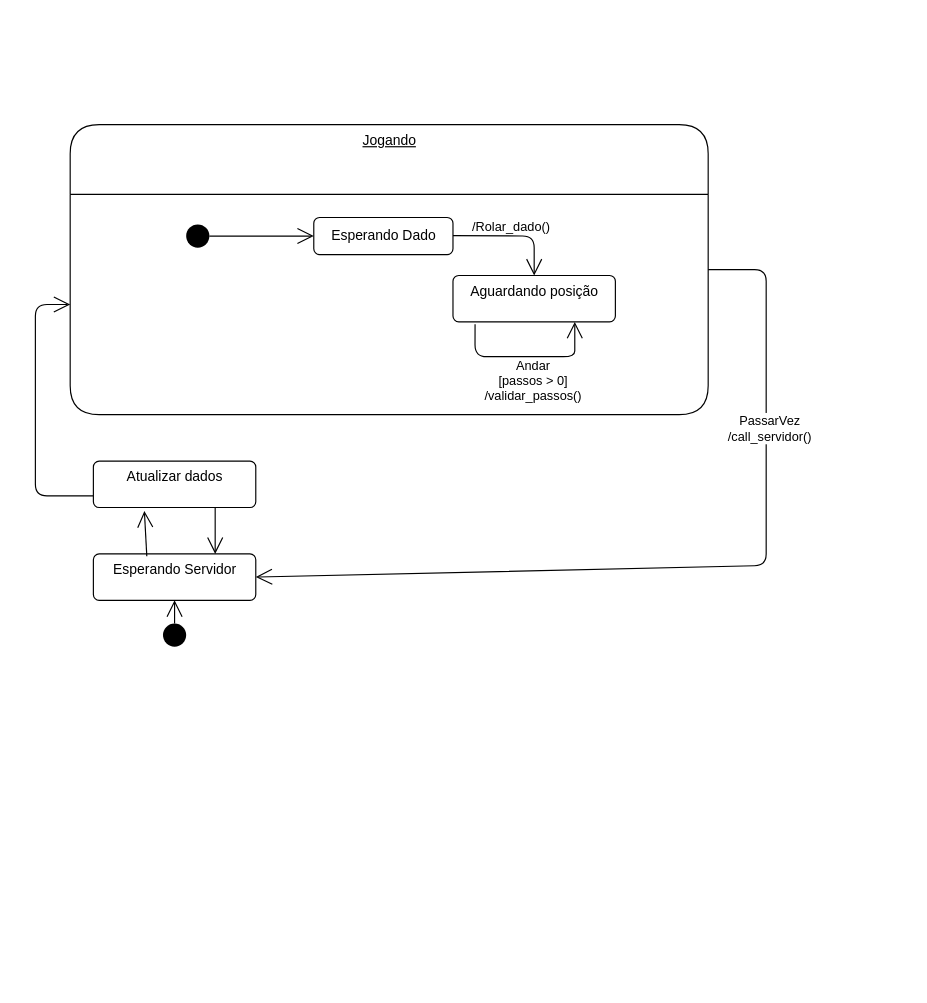
Above: page "Page-1" (1 of 2) of Untitled Diagram.drawio in vosouza/LPS_Projeto (draw.io), before the change. Source tidied: cells renumbered, new cells numbered last; positions are measured from the earlier drawing's top-left corner, leaving out a move shared by most shapes. Both pictures are drawn from the tidied source at 116%, with x=0, y=0 at pixel (35, 124).
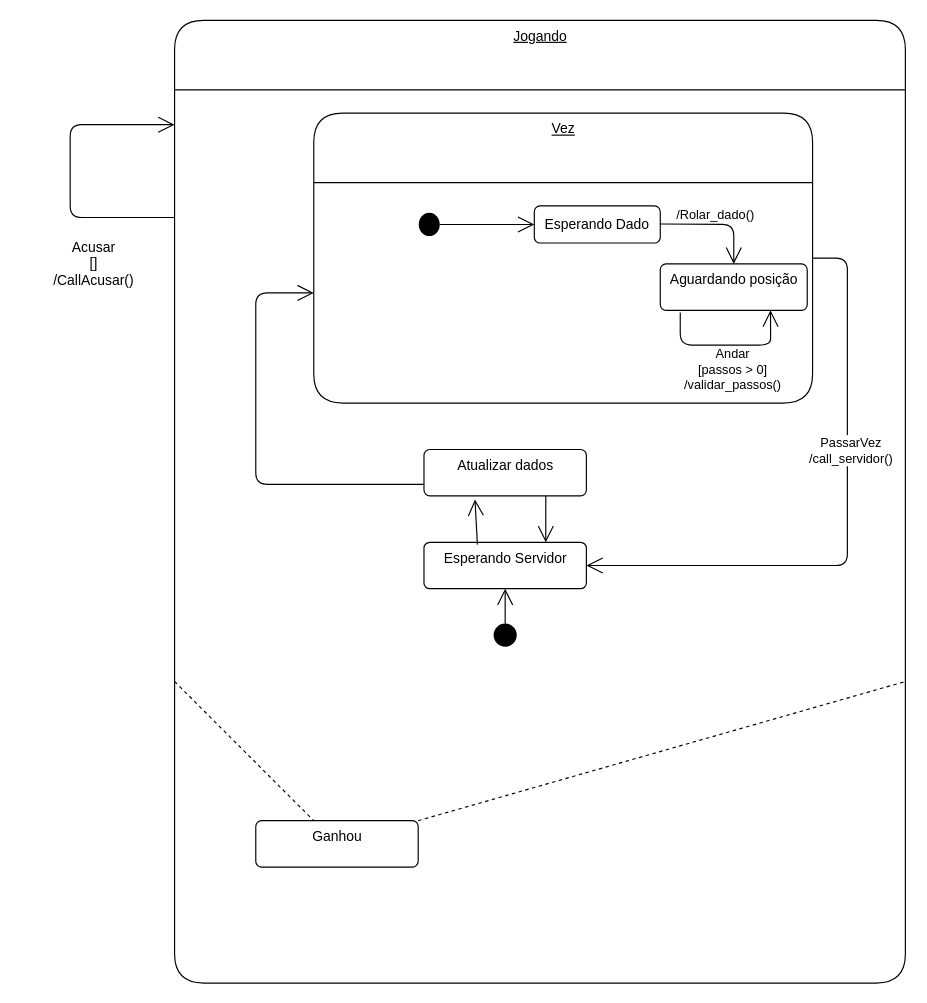
The same diagram, later.

What changed in the source:
```diff
@@
     <mxCell id="2" value="Jogando" style="swimlane;fontStyle=4;align=center;verticalAlign=top;horizontal=1;startSize=60;html=1;rounded=1;absoluteArcSize=1;arcSize=50;" parent="1" vertex="1">
-      <mxGeometry x="30" width="550" height="250" as="geometry" />
+      <mxGeometry x="120" y="-90" width="630" height="830" as="geometry" />
     </mxCell>
-    <mxCell id="3" style="fillColor=none;strokeColor=none;" parent="2" vertex="1">
-      <mxGeometry y="60" width="550" height="190" as="geometry" />
-    </mxCell>
+    <mxCell id="21" value="Vez" style="swimlane;fontStyle=4;align=center;verticalAlign=top;horizontal=1;startSize=60;html=1;rounded=1;absoluteArcSize=1;arcSize=50;" parent="1" vertex="1">
+      <mxGeometry x="240" y="-10" width="430" height="250" as="geometry" />
+    </mxCell>
+    <mxCell id="22" style="fillColor=none;strokeColor=none;" parent="21" vertex="1">
+      <mxGeometry y="60" width="430" height="190" as="geometry" />
+    </mxCell>
-    <mxCell id="4" value="Esperando Dado" style="html=1;align=center;verticalAlign=middle;rounded=1;absoluteArcSize=1;arcSize=10;" parent="3" vertex="1">
-      <mxGeometry x="210" y="20" width="120" height="32" as="geometry" />
+    <mxCell id="4" value="Esperando Dado" style="html=1;align=center;verticalAlign=middle;rounded=1;absoluteArcSize=1;arcSize=10;" parent="22" vertex="1">
+      <mxGeometry x="190.1" y="20" width="108.6" height="32" as="geometry" />
     </mxCell>
-    <mxCell id="5" value="Aguardando posição" style="html=1;align=center;verticalAlign=top;rounded=1;absoluteArcSize=1;arcSize=10;dashed=0;" parent="3" vertex="1">
-      <mxGeometry x="330" y="70" width="140" height="40" as="geometry" />
+    <mxCell id="5" value="Aguardando posição" style="html=1;align=center;verticalAlign=top;rounded=1;absoluteArcSize=1;arcSize=10;dashed=0;" parent="22" vertex="1">
+      <mxGeometry x="298.7" y="70" width="126.7" height="40" as="geometry" />
     </mxCell>
-    <mxCell id="6" style="ellipse;fillColor=#000000;strokeColor=none;" parent="3" vertex="1">
-      <mxGeometry x="100" y="26" width="20" height="20" as="geometry" />
-    </mxCell>
-    <mxCell id="7" style="endArrow=open;endFill=1;endSize=12;html=1;exitX=1;exitY=0.5;exitDx=0;exitDy=0;entryX=0;entryY=0.5;entryDx=0;entryDy=0;" parent="3" edge="1" source="6" target="4">
-      <mxGeometry relative="1" as="geometry">
-        <Array as="points">
-          <mxPoint x="130" y="36" />
-        </Array>
-      </mxGeometry>
-    </mxCell>
-    <mxCell id="8" style="endArrow=open;endFill=1;endSize=12;html=1;" parent="3" edge="1" target="5">
-      <mxGeometry relative="1" as="geometry">
-        <mxPoint x="330" y="35.6" as="sourcePoint" />
-        <Array as="points">
-          <mxPoint x="400" y="36" />
-        </Array>
-      </mxGeometry>
-    </mxCell>
+    <mxCell id="23" style="ellipse;fillColor=#000000;strokeColor=none;" parent="22" vertex="1">
+      <mxGeometry x="90.5" y="26" width="18.1" height="20" as="geometry" />
+    </mxCell>
+    <mxCell id="24" style="endArrow=open;endFill=1;endSize=12;html=1;exitX=1;exitY=0.5;exitDx=0;exitDy=0;entryX=0;entryY=0.5;entryDx=0;entryDy=0;" parent="22" edge="1" source="23" target="4">
+      <mxGeometry relative="1" as="geometry">
+        <Array as="points">
+          <mxPoint x="117.7" y="36" />
+        </Array>
+      </mxGeometry>
+    </mxCell>
+    <mxCell id="25" style="endArrow=open;endFill=1;endSize=12;html=1;" parent="22" edge="1" target="5">
+      <mxGeometry relative="1" as="geometry">
+        <mxPoint x="298.7" y="35.6" as="sourcePoint" />
+        <Array as="points">
+          <mxPoint x="362.1" y="36" />
+        </Array>
+      </mxGeometry>
+    </mxCell>
-    <mxCell id="9" value="&lt;br&gt;/Rolar_dado()" style="edgeLabel;html=1;align=center;verticalAlign=middle;" parent="8" vertex="1">
+    <mxCell id="9" value="&lt;br&gt;/Rolar_dado()" style="edgeLabel;html=1;align=center;verticalAlign=middle;" parent="25" vertex="1">
       <mxGeometry x="-0.15" y="-2" relative="1" as="geometry">
         <mxPoint x="6" y="-17.8" as="offset" />
       </mxGeometry>
     </mxCell>
-    <mxCell id="10" style="endArrow=open;endFill=1;endSize=12;html=1;exitX=0.136;exitY=1.05;exitDx=0;exitDy=0;exitPerimeter=0;entryX=0.75;entryY=1;entryDx=0;entryDy=0;" parent="3" edge="1" source="5" target="5">
+    <mxCell id="10" style="endArrow=open;endFill=1;endSize=12;html=1;exitX=0.136;exitY=1.05;exitDx=0;exitDy=0;exitPerimeter=0;entryX=0.75;entryY=1;entryDx=0;entryDy=0;" parent="22" edge="1" source="5" target="5">
       <mxGeometry relative="1" as="geometry">
         <Array as="points">
-          <mxPoint x="349" y="140" />
-          <mxPoint x="435" y="140" />
-          <mxPoint x="435" y="130" />
+          <mxPoint x="315.9" y="140" />
+          <mxPoint x="393.8" y="140" />
+          <mxPoint x="393.8" y="130" />
         </Array>
       </mxGeometry>
     </mxCell>
@@
+    <mxCell id="18" value="Atualizar dados" style="html=1;align=center;verticalAlign=top;rounded=1;absoluteArcSize=1;arcSize=10;dashed=0;" parent="1" vertex="1">
+      <mxGeometry x="335" y="280" width="140" height="40" as="geometry" />
+    </mxCell>
+    <mxCell id="17" value="Esperando Servidor" style="html=1;align=center;verticalAlign=top;rounded=1;absoluteArcSize=1;arcSize=10;dashed=0;" parent="1" vertex="1">
+      <mxGeometry x="335" y="360" width="140" height="40" as="geometry" />
+    </mxCell>
+    <mxCell id="14" style="endArrow=open;endFill=1;endSize=12;html=1;exitX=0;exitY=0.75;exitDx=0;exitDy=0;entryX=0;entryY=0.5;entryDx=0;entryDy=0;" parent="1" edge="1" source="18" target="22">
+      <mxGeometry relative="1" as="geometry">
+        <Array as="points">
+          <mxPoint x="190" y="310" />
+          <mxPoint x="190" y="145" />
+        </Array>
+      </mxGeometry>
+    </mxCell>
+    <mxCell id="19" style="endArrow=open;endFill=1;endSize=12;html=1;exitX=0.329;exitY=0.05;exitDx=0;exitDy=0;exitPerimeter=0;entryX=0.314;entryY=1.075;entryDx=0;entryDy=0;entryPerimeter=0;" parent="1" edge="1" source="17" target="18">
+      <mxGeometry relative="1" as="geometry" />
+    </mxCell>
+    <mxCell id="20" style="endArrow=open;endFill=1;endSize=12;html=1;exitX=0.75;exitY=1;exitDx=0;exitDy=0;entryX=0.75;entryY=0;entryDx=0;entryDy=0;" parent="1" edge="1" source="18" target="17">
+      <mxGeometry relative="1" as="geometry" />
+    </mxCell>
-    <mxCell id="12" style="endArrow=open;endFill=1;endSize=12;html=1;entryX=1;entryY=0.5;entryDx=0;entryDy=0;exitX=1;exitY=0.5;exitDx=0;exitDy=0;" parent="1" edge="1" source="2" target="17">
+    <mxCell id="12" style="endArrow=open;endFill=1;endSize=12;html=1;entryX=1;entryY=0.5;entryDx=0;entryDy=0;exitX=1;exitY=0.5;exitDx=0;exitDy=0;" parent="1" edge="1" source="21" target="17">
       <mxGeometry relative="1" as="geometry">
         <Array as="points">
-          <mxPoint x="630" y="125" />
-          <mxPoint x="630" y="380" />
+          <mxPoint x="700" y="115" />
+          <mxPoint x="700" y="380" />
         </Array>
       </mxGeometry>
     </mxCell>
     <mxCell id="13" value="PassarVez&lt;br&gt;&lt;div&gt;/call_servidor()&lt;br&gt;&lt;/div&gt;" style="edgeLabel;html=1;align=center;verticalAlign=middle;" parent="12" vertex="1">
-      <mxGeometry x="-0.5" y="2" relative="1" as="geometry" />
+      <mxGeometry x="-0.5" y="2" relative="1" as="geometry">
+        <mxPoint y="65" as="offset" />
+      </mxGeometry>
     </mxCell>
-    <mxCell id="14" style="endArrow=open;endFill=1;endSize=12;html=1;exitX=0;exitY=0.75;exitDx=0;exitDy=0;entryX=0;entryY=0.5;entryDx=0;entryDy=0;" parent="1" edge="1" source="18" target="3">
-      <mxGeometry relative="1" as="geometry">
-        <Array as="points">
-          <mxPoint y="320" />
-          <mxPoint y="155" />
-        </Array>
-      </mxGeometry>
-    </mxCell>
+    <mxCell id="16" style="endArrow=open;endFill=1;endSize=12;html=1;entryX=0.5;entryY=1;entryDx=0;entryDy=0;exitX=0.5;exitY=0;exitDx=0;exitDy=0;" parent="1" edge="1" source="15" target="17">
+      <mxGeometry relative="1" as="geometry" />
+    </mxCell>
     <mxCell id="15" style="ellipse;fillColor=#000000;strokeColor=none;" parent="1" vertex="1">
-      <mxGeometry x="110" y="430" width="20" height="20" as="geometry" />
+      <mxGeometry x="395" y="430" width="20" height="20" as="geometry" />
     </mxCell>
-    <mxCell id="16" style="endArrow=open;endFill=1;endSize=12;html=1;entryX=0.5;entryY=1;entryDx=0;entryDy=0;" parent="1" edge="1" target="17">
-      <mxGeometry relative="1" as="geometry">
-        <mxPoint x="120" y="430" as="sourcePoint" />
-      </mxGeometry>
-    </mxCell>
-    <mxCell id="17" value="Esperando Servidor" style="html=1;align=center;verticalAlign=top;rounded=1;absoluteArcSize=1;arcSize=10;dashed=0;" parent="1" vertex="1">
-      <mxGeometry x="50" y="370" width="140" height="40" as="geometry" />
-    </mxCell>
-    <mxCell id="18" value="Atualizar dados" style="html=1;align=center;verticalAlign=top;rounded=1;absoluteArcSize=1;arcSize=10;dashed=0;" parent="1" vertex="1">
-      <mxGeometry x="50" y="290" width="140" height="40" as="geometry" />
-    </mxCell>
-    <mxCell id="19" style="endArrow=open;endFill=1;endSize=12;html=1;exitX=0.329;exitY=0.05;exitDx=0;exitDy=0;exitPerimeter=0;entryX=0.314;entryY=1.075;entryDx=0;entryDy=0;entryPerimeter=0;" parent="1" edge="1" source="17" target="18">
-      <mxGeometry relative="1" as="geometry" />
-    </mxCell>
-    <mxCell id="20" style="endArrow=open;endFill=1;endSize=12;html=1;exitX=0.75;exitY=1;exitDx=0;exitDy=0;entryX=0.75;entryY=0;entryDx=0;entryDy=0;" parent="1" edge="1" source="18" target="17">
-      <mxGeometry relative="1" as="geometry" />
-    </mxCell>
+    <mxCell id="26" style="endArrow=none;dashed=1;html=1;" parent="1" edge="1" source="29">
+      <mxGeometry relative="1" as="geometry">
+        <mxPoint x="750" y="480" as="targetPoint" />
+      </mxGeometry>
+    </mxCell>
+    <mxCell id="27" style="endArrow=open;endFill=1;endSize=12;html=1;" parent="1" edge="1">
+      <mxGeometry relative="1" as="geometry">
+        <mxPoint x="120" y="80" as="sourcePoint" />
+        <mxPoint x="120" as="targetPoint" />
+        <Array as="points">
+          <mxPoint x="30" y="80" />
+          <mxPoint x="30" />
+        </Array>
+      </mxGeometry>
+    </mxCell>
+    <mxCell id="28" value="&lt;div&gt;Acusar&lt;/div&gt;&lt;div&gt;[]&lt;/div&gt;&lt;div&gt;/CallAcusar()&lt;br&gt;&lt;/div&gt;" style="text;html=1;align=center;verticalAlign=middle;" parent="1" vertex="1">
+      <mxGeometry x="10" y="95" width="80" height="50" as="geometry" />
+    </mxCell>
+    <mxCell id="29" value="Ganhou" style="html=1;align=center;verticalAlign=top;rounded=1;absoluteArcSize=1;arcSize=10;dashed=0;" parent="1" vertex="1">
+      <mxGeometry x="190" y="600" width="140" height="40" as="geometry" />
+    </mxCell>
+    <mxCell id="30" style="endArrow=none;dashed=1;html=1;" parent="1" edge="1" target="29">
+      <mxGeometry relative="1" as="geometry">
+        <mxPoint x="120" y="480" as="sourcePoint" />
+      </mxGeometry>
+    </mxCell>
```
